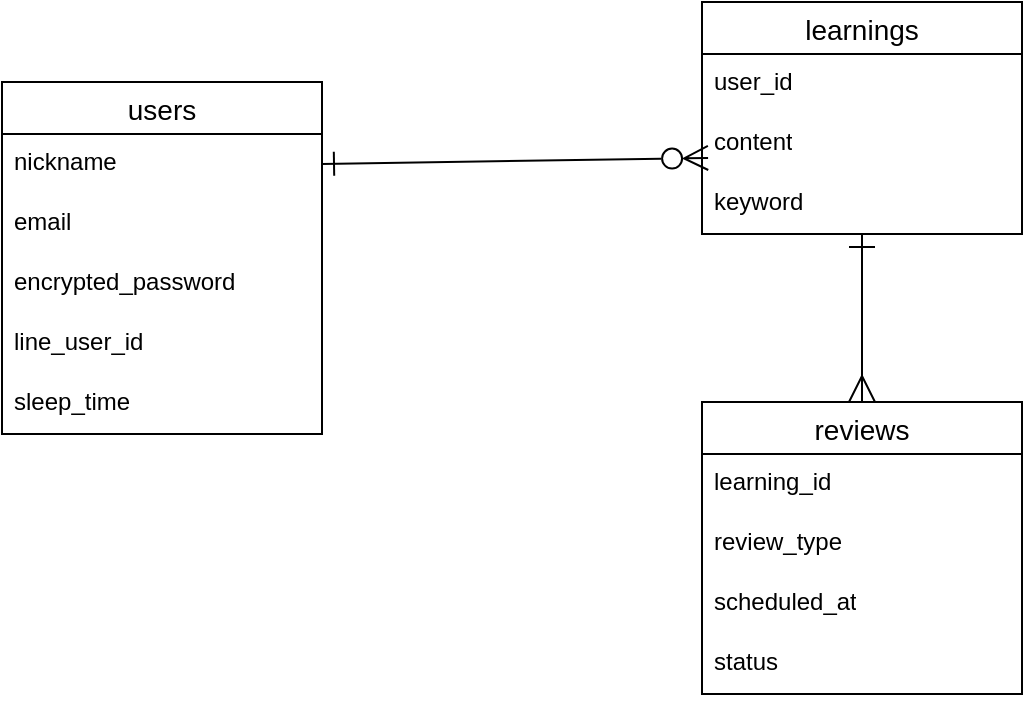
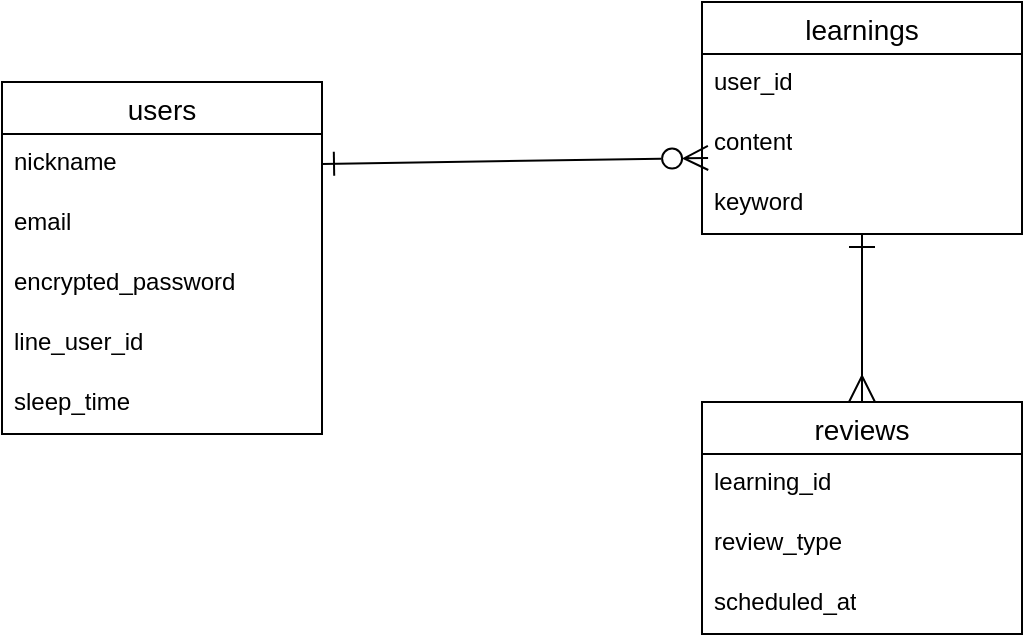
<mxfile host="65bd71144e">
    <diagram id="5Cexje9QoT6ilbC57t8d" name="ページ1">
-         <mxGraphModel dx="990" dy="515" grid="1" gridSize="10" guides="1" tooltips="1" connect="1" arrows="1" fold="1" page="1" pageScale="1" pageWidth="827" pageHeight="1169" math="0" shadow="0">
+         <mxGraphModel dx="936" dy="310" grid="1" gridSize="10" guides="1" tooltips="1" connect="1" arrows="1" fold="1" page="1" pageScale="1" pageWidth="827" pageHeight="1169" math="0" shadow="0">
            <root>
                <mxCell id="0"/>
                <mxCell id="1" parent="0"/>
                <mxCell id="2" value="users" style="swimlane;fontStyle=0;childLayout=stackLayout;horizontal=1;startSize=26;horizontalStack=0;resizeParent=1;resizeParentMax=0;resizeLast=0;collapsible=1;marginBottom=0;align=center;fontSize=14;" parent="1" vertex="1">
                    <mxGeometry x="40" y="160" width="160" height="176" as="geometry"/>
                </mxCell>
                <mxCell id="3" value="nickname" style="text;strokeColor=none;fillColor=none;spacingLeft=4;spacingRight=4;overflow=hidden;rotatable=0;points=[[0,0.5],[1,0.5]];portConstraint=eastwest;fontSize=12;whiteSpace=wrap;html=1;" parent="2" vertex="1">
                    <mxGeometry y="26" width="160" height="30" as="geometry"/>
                </mxCell>
                <mxCell id="4" value="email" style="text;strokeColor=none;fillColor=none;spacingLeft=4;spacingRight=4;overflow=hidden;rotatable=0;points=[[0,0.5],[1,0.5]];portConstraint=eastwest;fontSize=12;whiteSpace=wrap;html=1;" parent="2" vertex="1">
                    <mxGeometry y="56" width="160" height="30" as="geometry"/>
                </mxCell>
                <mxCell id="5" value="encrypted_password" style="text;strokeColor=none;fillColor=none;spacingLeft=4;spacingRight=4;overflow=hidden;rotatable=0;points=[[0,0.5],[1,0.5]];portConstraint=eastwest;fontSize=12;whiteSpace=wrap;html=1;" parent="2" vertex="1">
                    <mxGeometry y="86" width="160" height="30" as="geometry"/>
                </mxCell>
                <mxCell id="6" value="line_user_id" style="text;strokeColor=none;fillColor=none;spacingLeft=4;spacingRight=4;overflow=hidden;rotatable=0;points=[[0,0.5],[1,0.5]];portConstraint=eastwest;fontSize=12;whiteSpace=wrap;html=1;" parent="2" vertex="1">
                    <mxGeometry y="116" width="160" height="30" as="geometry"/>
                </mxCell>
                <mxCell id="7" value="sleep_time" style="text;strokeColor=none;fillColor=none;spacingLeft=4;spacingRight=4;overflow=hidden;rotatable=0;points=[[0,0.5],[1,0.5]];portConstraint=eastwest;fontSize=12;whiteSpace=wrap;html=1;" parent="2" vertex="1">
                    <mxGeometry y="146" width="160" height="30" as="geometry"/>
                </mxCell>
                <mxCell id="22" style="edgeStyle=none;html=1;endArrow=ERmany;endFill=0;startArrow=ERone;startFill=0;startSize=11;endSize=11;" parent="1" source="8" target="16" edge="1">
                    <mxGeometry relative="1" as="geometry"/>
                </mxCell>
                <mxCell id="8" value="learnings" style="swimlane;fontStyle=0;childLayout=stackLayout;horizontal=1;startSize=26;horizontalStack=0;resizeParent=1;resizeParentMax=0;resizeLast=0;collapsible=1;marginBottom=0;align=center;fontSize=14;" parent="1" vertex="1">
                    <mxGeometry x="390" y="120" width="160" height="116" as="geometry"/>
                </mxCell>
                <mxCell id="10" value="user_id" style="text;strokeColor=none;fillColor=none;spacingLeft=4;spacingRight=4;overflow=hidden;rotatable=0;points=[[0,0.5],[1,0.5]];portConstraint=eastwest;fontSize=12;whiteSpace=wrap;html=1;" parent="8" vertex="1">
                    <mxGeometry y="26" width="160" height="30" as="geometry"/>
                </mxCell>
                <mxCell id="11" value="content" style="text;strokeColor=none;fillColor=none;spacingLeft=4;spacingRight=4;overflow=hidden;rotatable=0;points=[[0,0.5],[1,0.5]];portConstraint=eastwest;fontSize=12;whiteSpace=wrap;html=1;" parent="8" vertex="1">
                    <mxGeometry y="56" width="160" height="30" as="geometry"/>
                </mxCell>
                <mxCell id="15" value="keyword" style="text;strokeColor=none;fillColor=none;spacingLeft=4;spacingRight=4;overflow=hidden;rotatable=0;points=[[0,0.5],[1,0.5]];portConstraint=eastwest;fontSize=12;whiteSpace=wrap;html=1;" parent="8" vertex="1">
                    <mxGeometry y="86" width="160" height="30" as="geometry"/>
                </mxCell>
                <mxCell id="16" value="reviews" style="swimlane;fontStyle=0;childLayout=stackLayout;horizontal=1;startSize=26;horizontalStack=0;resizeParent=1;resizeParentMax=0;resizeLast=0;collapsible=1;marginBottom=0;align=center;fontSize=14;" parent="1" vertex="1">
-                     <mxGeometry x="390" y="320" width="160" height="146" as="geometry"/>
+                     <mxGeometry x="390" y="320" width="160" height="116" as="geometry"/>
                </mxCell>
                <mxCell id="17" value="learning_id&lt;div&gt;&lt;br&gt;&lt;/div&gt;" style="text;strokeColor=none;fillColor=none;spacingLeft=4;spacingRight=4;overflow=hidden;rotatable=0;points=[[0,0.5],[1,0.5]];portConstraint=eastwest;fontSize=12;whiteSpace=wrap;html=1;" parent="16" vertex="1">
                    <mxGeometry y="26" width="160" height="30" as="geometry"/>
                </mxCell>
                <mxCell id="18" value="review_type" style="text;strokeColor=none;fillColor=none;spacingLeft=4;spacingRight=4;overflow=hidden;rotatable=0;points=[[0,0.5],[1,0.5]];portConstraint=eastwest;fontSize=12;whiteSpace=wrap;html=1;" parent="16" vertex="1">
                    <mxGeometry y="56" width="160" height="30" as="geometry"/>
                </mxCell>
                <mxCell id="19" value="scheduled_at" style="text;strokeColor=none;fillColor=none;spacingLeft=4;spacingRight=4;overflow=hidden;rotatable=0;points=[[0,0.5],[1,0.5]];portConstraint=eastwest;fontSize=12;whiteSpace=wrap;html=1;" parent="16" vertex="1">
                    <mxGeometry y="86" width="160" height="30" as="geometry"/>
                </mxCell>
-                 <mxCell id="20" value="status&lt;div&gt;&lt;br&gt;&lt;/div&gt;" style="text;strokeColor=none;fillColor=none;spacingLeft=4;spacingRight=4;overflow=hidden;rotatable=0;points=[[0,0.5],[1,0.5]];portConstraint=eastwest;fontSize=12;whiteSpace=wrap;html=1;" parent="16" vertex="1">
-                     <mxGeometry y="116" width="160" height="30" as="geometry"/>
-                 </mxCell>
                <mxCell id="21" style="edgeStyle=none;html=1;exitX=1;exitY=0.5;exitDx=0;exitDy=0;entryX=0.019;entryY=0.733;entryDx=0;entryDy=0;entryPerimeter=0;strokeWidth=1;endSize=10;startSize=10;endArrow=ERzeroToMany;endFill=0;startArrow=ERone;startFill=0;" parent="1" source="3" target="11" edge="1">
                    <mxGeometry relative="1" as="geometry"/>
                </mxCell>
            </root>
        </mxGraphModel>
    </diagram>
</mxfile>